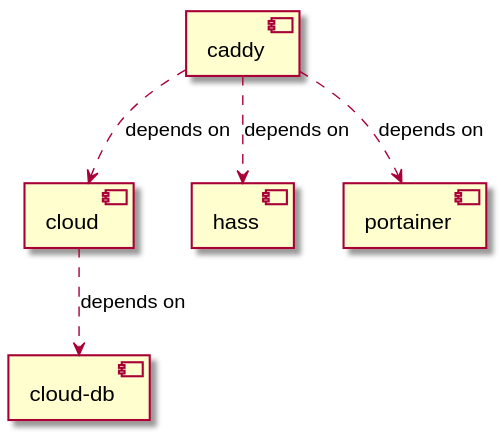
Above: services_graph.svg in CS-Tao/pi-services (PlantUML), before the change.
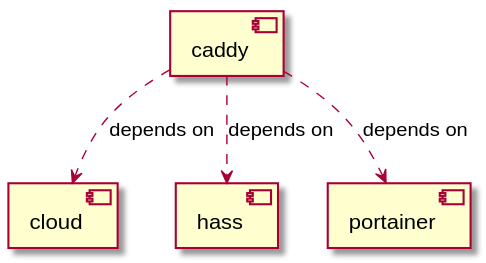
After the change.

Commit message:
Automated deployment: Sat Feb  8 12:05:46 UTC 2020 fc4120924be9f89de07528c931801f6199f92355

The edit, as a diff of the source:
```diff
@@ -2,12 +2,10 @@
 skinparam componentStyle uml2
 [caddy]
 [cloud]
-[cloud-db]
 [hass]
 [portainer]
 [caddy] ..> [cloud] : depends on
 [caddy] ..> [hass] : depends on
 [caddy] ..> [portainer] : depends on
-[cloud] ..> [cloud-db] : depends on
 
 @enduml
```
